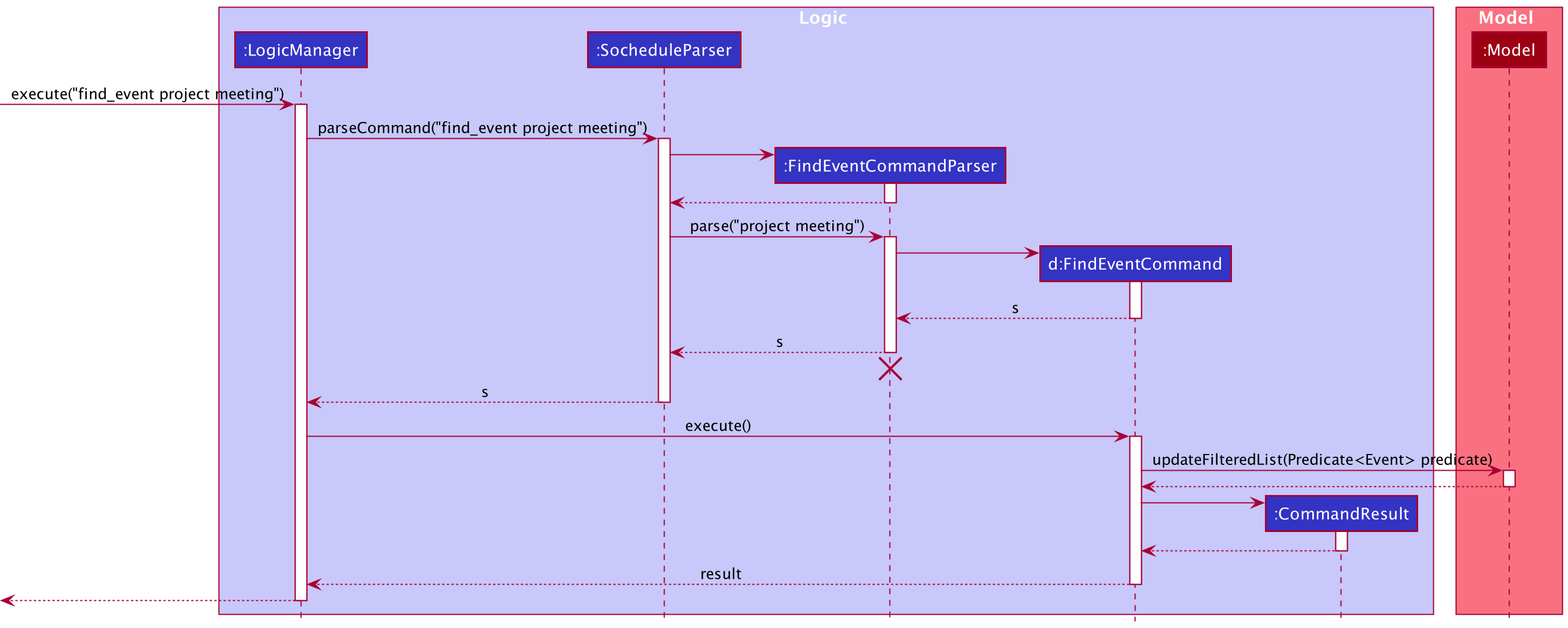
This is docs/images/FindEventCommandSequenceDiagram.png from nus-cs2103-AY2021S2/tp, a PlantUML export, as it was before one commit.
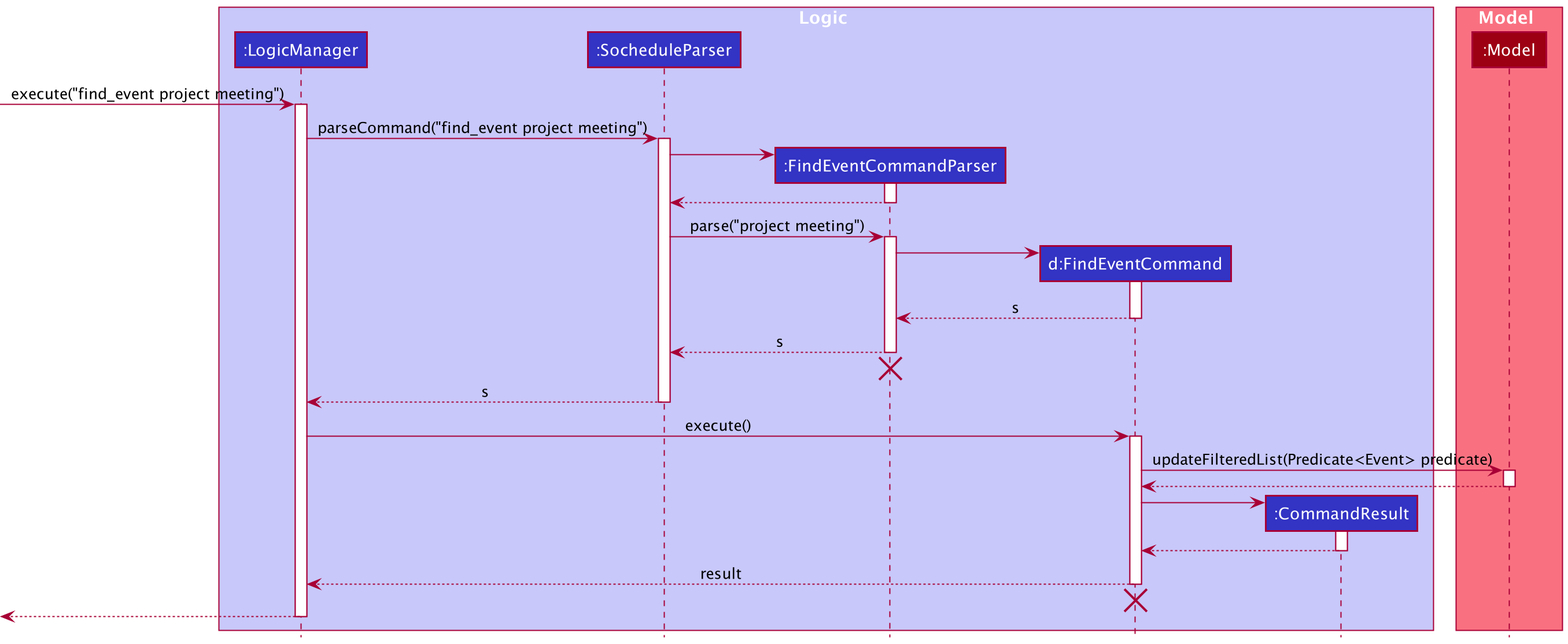
After the commit.

Commit message:
Fix diagram error

Change to the diagram source:
```diff
@@ -62,6 +62,8 @@
 
 FindEventCommand --> LogicManager : result
 deactivate FindEventCommand
+FindEventCommand -[hidden]->[
+destroy FindEventCommand
 
 [<--LogicManager
 deactivate LogicManager
```
